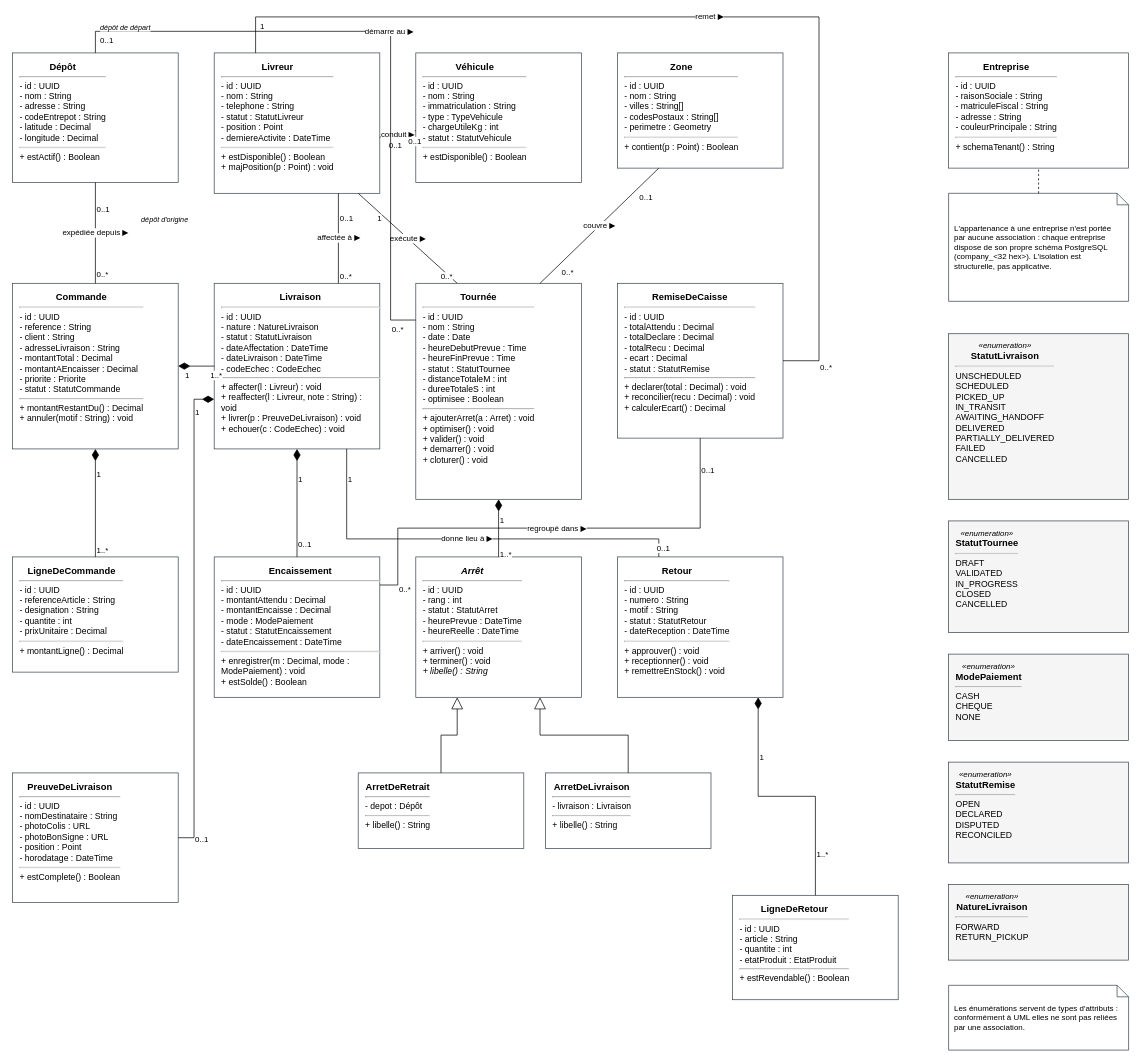
Before: diagrams/drawio/Sprint0/class-domain.drawio in Moaziz667/asm-track, a draw.io diagram. Source tidied: cells renumbered, new cells numbered last; positions are measured from the earlier drawing's top-left corner, leaving out a move shared by most shapes. Both pictures are drawn from the tidied source at 72%, with x=0, y=0 at pixel (12, 17).
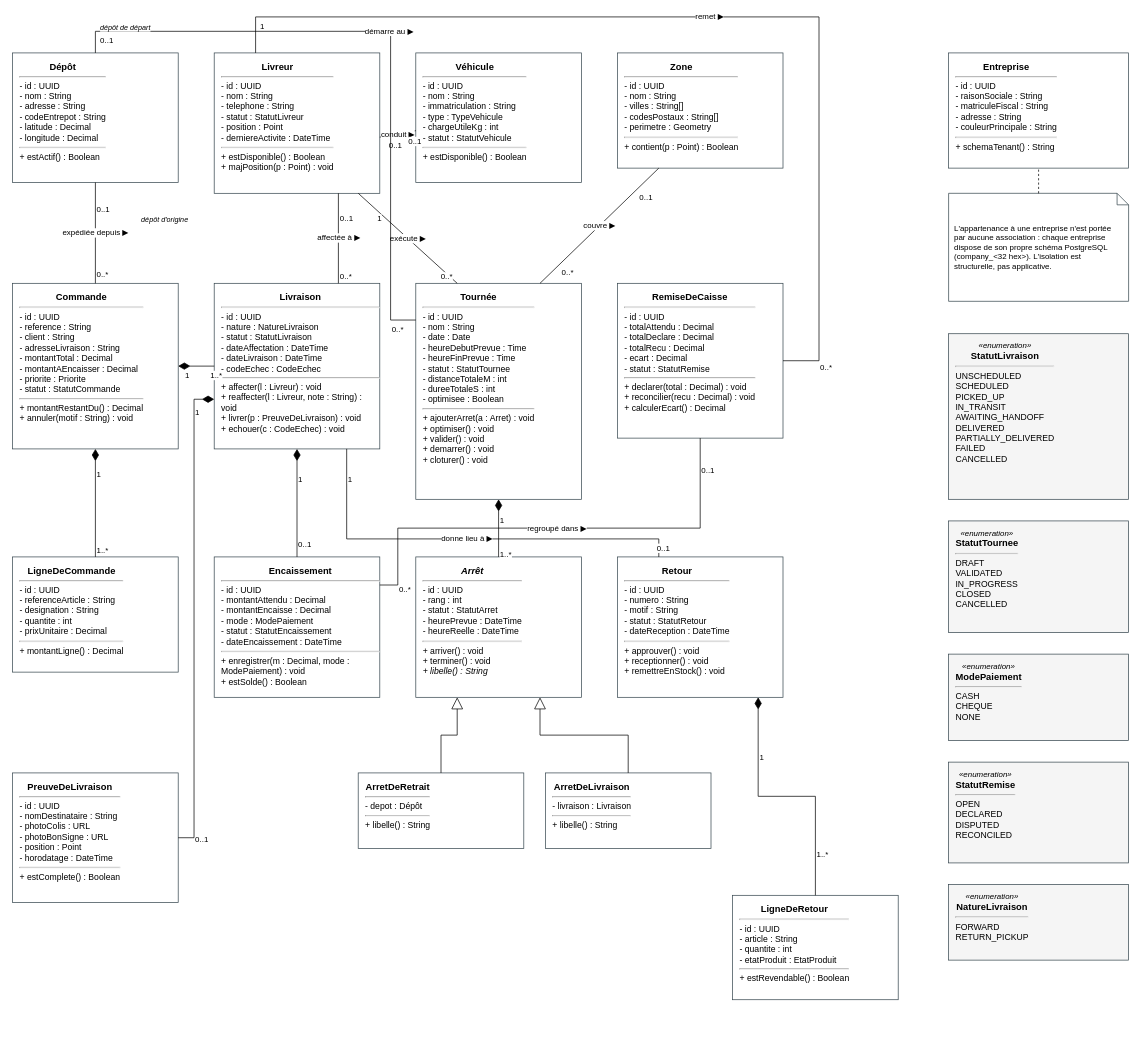
After the change.

Commit message:
docs(diagrammes): diagramme de classes global du sprint 0

Vue metier destinee au jury : referentiel en haut, commande et livraison au
centre, traces d'execution en bas. Arret devient abstrait avec ses deux
specialisations, Entreprise reste isolee puisque l'appartenance passe par le
schema et non par une cle etrangere.

Change to the diagram source:
```diff
@@
-    <mxCell id="26" value="Les énumérations servent de types d'attributs : conformément à UML elles ne sont pas reliées par une association." style="shape=note;whiteSpace=wrap;html=1;size=16;fillColor=#FFFFFF;strokeColor=#37474F;fontSize=11;align=left;spacingLeft=6;spacingRight=6;verticalAlign=middle;" parent="1" vertex="1">
-      <mxGeometry x="1300" y="1345" width="250" height="90" as="geometry" />
-    </mxCell>
```
